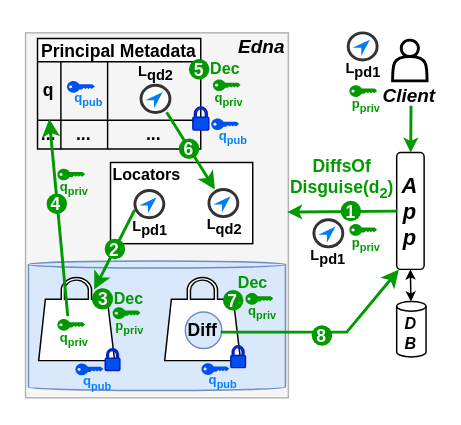
tslilyai/data_disguises_lobsters keeps this draw.io diagram as page "EdnaReveal" (1 of 13) of papers/osdi22/figs/edna.drawio. Above is the earlier version. Source tidied: cells renumbered, new cells numbered last; positions are measured from the earlier drawing's top-left corner, leaving out a move shared by most shapes. Both pictures are drawn from the tidied source at 146%, with x=0, y=0 at pixel (25, 23).
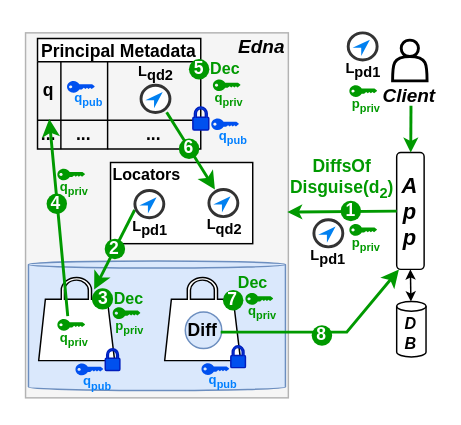
After the change.

The edit, as a diff of the source:
```diff
@@
-    <mxCell id="32" value="&lt;font color=&quot;#FFFFFF&quot;&gt;1&lt;/font&gt;" style="ellipse;whiteSpace=wrap;html=1;fontSize=12;strokeColor=none;fillColor=#009900;fontStyle=1;spacing=0;spacingTop=2;" parent="1" vertex="1">
+    <mxCell id="32" value="&lt;font color=&quot;#FFFFFF&quot;&gt;1&lt;/font&gt;" style="ellipse;whiteSpace=wrap;html=1;fontSize=12;strokeColor=none;fillColor=#009900;fontStyle=1;spacing=0;spacingTop=0;" parent="1" vertex="1">
       <mxGeometry x="215.8" y="121" width="14" height="14" as="geometry" />
     </mxCell>
@@
-    <mxCell id="34" value="3" style="ellipse;whiteSpace=wrap;html=1;fontSize=12;strokeColor=none;fillColor=#009900;fontStyle=1;fontColor=#FFFFFF;spacing=0;spacingTop=2;" parent="1" vertex="1">
+    <mxCell id="34" value="3" style="ellipse;whiteSpace=wrap;html=1;fontSize=12;strokeColor=none;fillColor=#009900;fontStyle=1;fontColor=#FFFFFF;spacing=0;spacingTop=0;" parent="1" vertex="1">
       <mxGeometry x="45.5" y="181" width="14.5" height="14.5" as="geometry" />
     </mxCell>
-    <mxCell id="35" value="4" style="ellipse;whiteSpace=wrap;html=1;fontSize=12;strokeColor=none;fillColor=#009900;fontStyle=1;fontColor=#FFFFFF;spacing=0;spacingTop=2;" parent="1" vertex="1">
+    <mxCell id="35" value="4" style="ellipse;whiteSpace=wrap;html=1;fontSize=12;strokeColor=none;fillColor=#009900;fontStyle=1;fontColor=#FFFFFF;spacing=0;spacingTop=0;" parent="1" vertex="1">
       <mxGeometry x="14.4" y="116" width="14" height="14" as="geometry" />
     </mxCell>
@@
-    <mxCell id="40" value="2" style="ellipse;whiteSpace=wrap;html=1;fontSize=12;strokeColor=none;fillColor=#009900;fontStyle=1;fontColor=#FFFFFF;spacing=0;spacingTop=2;" parent="1" vertex="1">
+    <mxCell id="40" value="2" style="ellipse;whiteSpace=wrap;html=1;fontSize=12;strokeColor=none;fillColor=#009900;fontStyle=1;fontColor=#FFFFFF;spacing=0;spacingTop=0;" parent="1" vertex="1">
       <mxGeometry x="54.2" y="147" width="14" height="14" as="geometry" />
     </mxCell>
@@
-    <mxCell id="42" value="5" style="ellipse;whiteSpace=wrap;html=1;fontSize=12;strokeColor=none;fillColor=#009900;fontStyle=1;fontColor=#FFFFFF;spacing=0;spacingTop=2;" parent="1" vertex="1">
+    <mxCell id="42" value="5" style="ellipse;whiteSpace=wrap;html=1;fontSize=12;strokeColor=none;fillColor=#009900;fontStyle=1;fontColor=#FFFFFF;spacing=0;spacingTop=0;" parent="1" vertex="1">
       <mxGeometry x="111.9" y="23.9" width="14" height="14" as="geometry" />
     </mxCell>
@@
-    <mxCell id="44" value="6" style="ellipse;whiteSpace=wrap;html=1;fontSize=12;strokeColor=none;fillColor=#009900;fontStyle=1;fontColor=#FFFFFF;spacing=0;spacingTop=2;" parent="1" vertex="1">
+    <mxCell id="44" value="6" style="ellipse;whiteSpace=wrap;html=1;fontSize=12;strokeColor=none;fillColor=#009900;fontStyle=1;fontColor=#FFFFFF;spacing=0;spacingTop=0;" parent="1" vertex="1">
       <mxGeometry x="105" y="78.4" width="14" height="14" as="geometry" />
     </mxCell>
@@
-    <mxCell id="47" value="7" style="ellipse;whiteSpace=wrap;html=1;fontSize=12;strokeColor=none;fillColor=#009900;fontStyle=1;fontColor=#FFFFFF;spacing=0;spacingTop=2;" parent="1" vertex="1">
+    <mxCell id="47" value="7" style="ellipse;whiteSpace=wrap;html=1;fontSize=12;strokeColor=none;fillColor=#009900;fontStyle=1;fontColor=#FFFFFF;spacing=0;spacingTop=0;" parent="1" vertex="1">
       <mxGeometry x="135.2" y="182.2" width="14" height="14" as="geometry" />
     </mxCell>
@@
-    <mxCell id="49" value="&lt;div&gt;8&lt;/div&gt;" style="ellipse;whiteSpace=wrap;html=1;fontSize=12;strokeColor=none;fillColor=#009900;fontStyle=1;fontColor=#FFFFFF;spacing=0;spacingTop=2;" parent="1" vertex="1">
+    <mxCell id="49" value="&lt;div&gt;8&lt;/div&gt;" style="ellipse;whiteSpace=wrap;html=1;fontSize=12;strokeColor=none;fillColor=#009900;fontStyle=1;fontColor=#FFFFFF;spacing=0;spacingTop=0;" parent="1" vertex="1">
       <mxGeometry x="196" y="206.3" width="14" height="14" as="geometry" />
     </mxCell>
```
